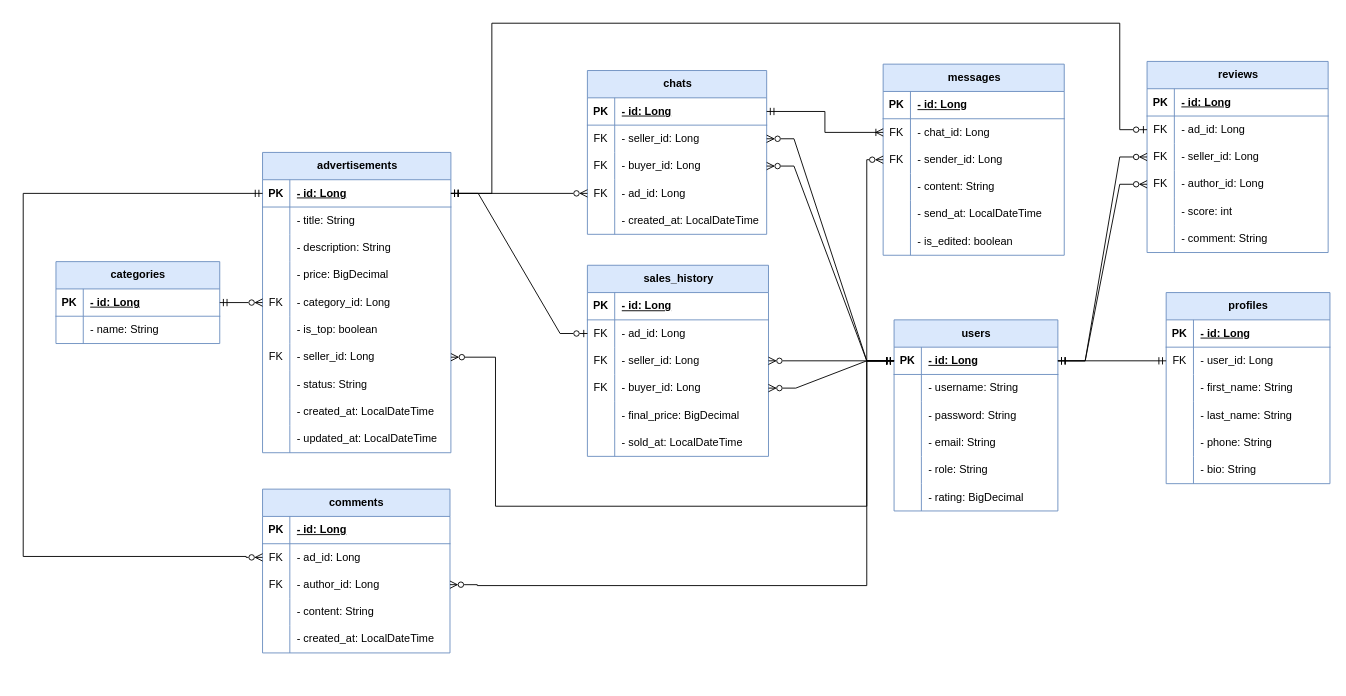
Above: page "Страница-4" (1 of 2) of diagram/diagram.drawio in 4khmn/senla-final-task (draw.io), before the change. Source tidied: cells renumbered, new cells numbered last; positions are measured from the earlier drawing's top-left corner, leaving out a move shared by most shapes. Both pictures are drawn from the tidied source at 91%, with x=0, y=0 at pixel (23, 23).
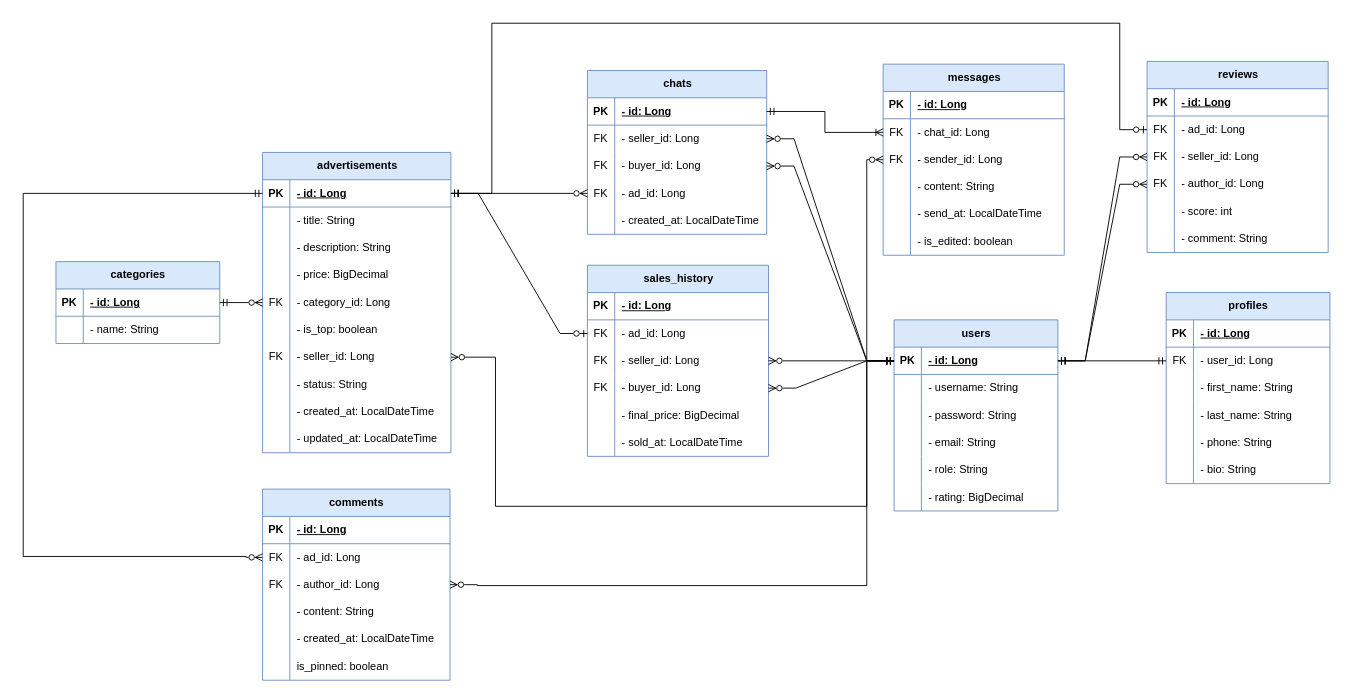
The same diagram, later.

Commit message (it also covers changes not shown here):
обновление диаграммы бд

Unchanged cells that the change refers to:
```xml
<mxCell id="3" style="shape=tableRow;horizontal=0;startSize=0;swimlaneHead=0;swimlaneBody=0;fillColor=none;points=[[0,0.5],[1,0.5]];portConstraint=eastwest;top=0;left=0;right=0;bottom=1;rounded=0;labelBackgroundColor=none;strokeColor=#6C8EBF;" parent="2" vertex="1">
  <mxGeometry y="30" width="180" height="30" as="geometry" />
</mxCell>
<mxCell id="66" style="shape=tableRow;horizontal=0;startSize=0;swimlaneHead=0;swimlaneBody=0;fillColor=none;points=[[0,0.5],[1,0.5]];portConstraint=eastwest;top=0;left=0;right=0;bottom=0;rounded=0;labelBackgroundColor=none;" parent="47" vertex="1">
  <mxGeometry y="210" width="207" height="30" as="geometry" />
</mxCell>
```

Diff of the diagram source:
```diff
@@
     <mxCell id="78" value="comments" style="shape=table;startSize=30;childLayout=tableLayout;rowLines=0;fontStyle=1;align=center;html=1;rounded=0;labelBackgroundColor=none;fillColor=#DAE8FC;strokeColor=#6C8EBF;" parent="1" vertex="1">
-      <mxGeometry x="263" y="512" width="206" height="180" as="geometry" />
+      <mxGeometry x="263" y="512" width="206" height="210" as="geometry" />
     </mxCell>
@@
+    <mxCell id="183" style="shape=tableRow;horizontal=0;startSize=0;swimlaneHead=0;swimlaneBody=0;fillColor=none;top=0;left=0;right=0;bottom=0;rounded=0;labelBackgroundColor=none;" parent="78" vertex="1">
+      <mxGeometry y="180" width="206" height="30" as="geometry" />
+    </mxCell>
+    <mxCell id="184" style="shape=partialRectangle;fillColor=none;top=0;left=0;bottom=0;right=0;overflow=hidden;whiteSpace=wrap;html=1;rounded=0;labelBackgroundColor=none;" parent="183" vertex="1">
+      <mxGeometry width="30" height="30" as="geometry" />
+    </mxCell>
+    <mxCell id="185" value="is_pinned: boolean" style="shape=partialRectangle;fillColor=none;top=0;left=0;bottom=0;right=0;align=left;spacingLeft=6;overflow=hidden;whiteSpace=wrap;html=1;rounded=0;labelBackgroundColor=none;" parent="183" vertex="1">
+      <mxGeometry x="30" width="176" height="30" as="geometry" />
+    </mxCell>
@@
     <mxCell id="168" style="edgeStyle=orthogonalEdgeStyle;rounded=0;jettySize=auto;html=1;entryX=1;entryY=0.5;entryDx=0;entryDy=0;startArrow=ERmandOne;startFill=0;endArrow=ERzeroToMany;endFill=0;labelBackgroundColor=none;fontColor=default;" parent="1" edge="1" source="3" target="66">
       <mxGeometry relative="1" as="geometry">
         <Array as="points">
-          <mxPoint x="927" y="370.8" />
-          <mxPoint x="927" y="530.8" />
-          <mxPoint x="519" y="530.8" />
-          <mxPoint x="519" y="366.8" />
+          <mxPoint x="927" y="370.9" />
+          <mxPoint x="927" y="530.9" />
+          <mxPoint x="519" y="530.9" />
+          <mxPoint x="519" y="366.9" />
         </Array>
       </mxGeometry>
     </mxCell>
```
